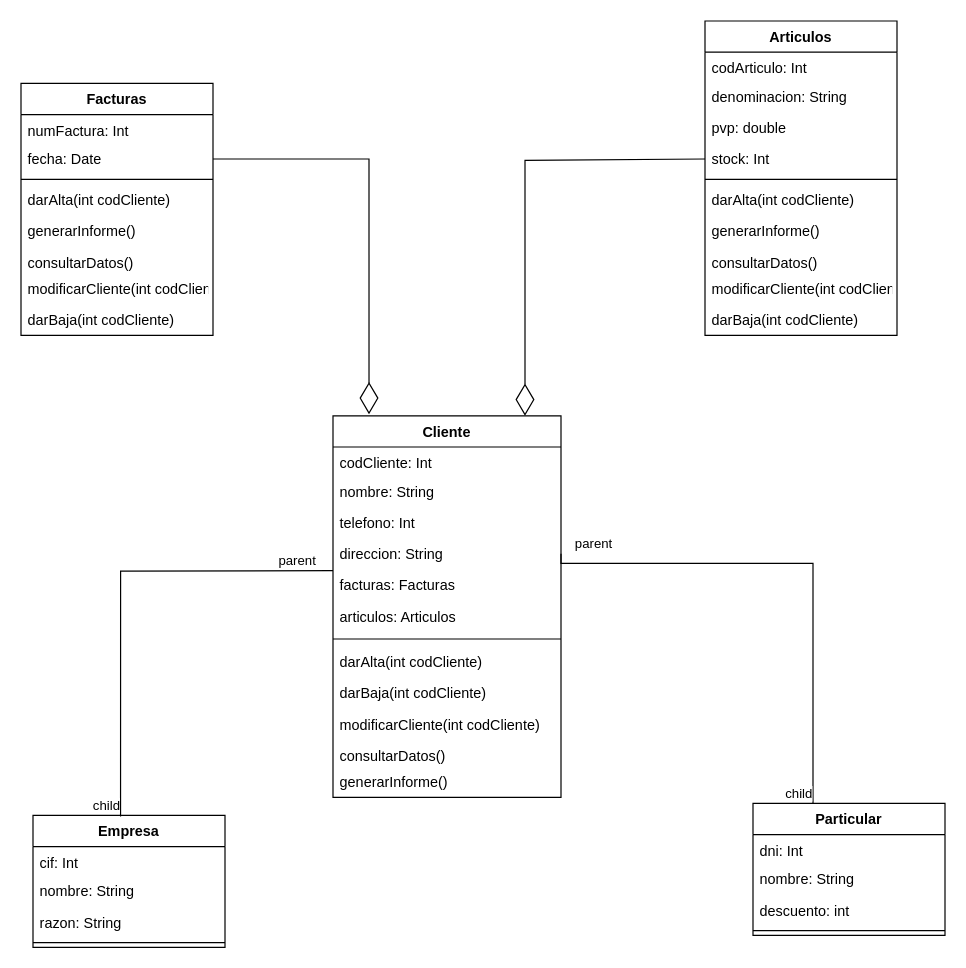
The draw.io diagram Grupo11_AD3/Gerard/Diagrama_Clases_requerimiento_1.drawio in Gerard-Perujo/Entornos_AD-3, before the edit. Source tidied: cells renumbered, new cells numbered last; positions are measured from the earlier drawing's top-left corner, leaving out a move shared by most shapes. Both pictures are drawn from the tidied source at 120%, with x=0, y=0 at pixel (20, 20).
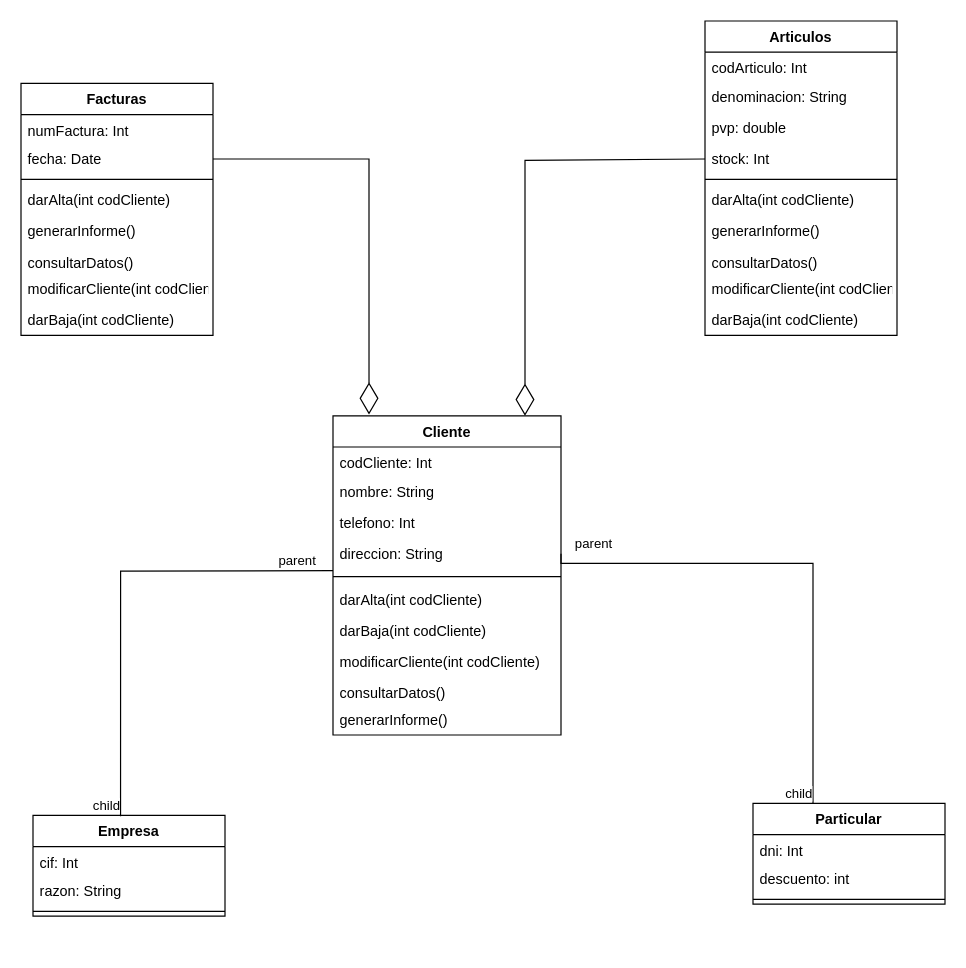
The same page after the edit.

Commit message (it also covers changes not shown here):
Cambios realizados en diagrama de clases

What changed in the source:
```diff
@@
     <mxCell id="22" value="Cliente" style="swimlane;fontStyle=1;align=center;verticalAlign=top;horizontal=1;startSize=26;" parent="1" vertex="1">
-      <mxGeometry x="260" y="329" width="190" height="318" as="geometry" />
+      <mxGeometry x="260" y="329" width="190" height="266" as="geometry" />
     </mxCell>
@@
-    <mxCell id="27" value="facturas: Facturas" style="text;strokeColor=none;fillColor=none;align=left;verticalAlign=top;spacingLeft=4;spacingRight=4;overflow=hidden;" parent="22" vertex="1">
-      <mxGeometry y="128" width="190" height="26" as="geometry" />
-    </mxCell>
-    <mxCell id="28" value="articulos: Articulos" style="text;strokeColor=none;fillColor=none;align=left;verticalAlign=top;spacingLeft=4;spacingRight=4;overflow=hidden;" parent="22" vertex="1">
-      <mxGeometry y="154" width="190" height="26" as="geometry" />
-    </mxCell>
     <mxCell id="29" style="line;strokeWidth=1;fillColor=none;align=left;verticalAlign=middle;spacingTop=-1;spacingLeft=3;spacingRight=3;labelPosition=right;strokeColor=inherit;" parent="22" vertex="1">
-      <mxGeometry y="180" width="190" height="12" as="geometry" />
+      <mxGeometry y="128" width="190" height="12" as="geometry" />
     </mxCell>
     <mxCell id="30" value="darAlta(int codCliente)" style="text;strokeColor=none;fillColor=none;align=left;verticalAlign=top;spacingLeft=4;spacingRight=4;overflow=hidden;" parent="22" vertex="1">
-      <mxGeometry y="192" width="190" height="26" as="geometry" />
+      <mxGeometry y="140" width="190" height="26" as="geometry" />
     </mxCell>
     <mxCell id="31" value="darBaja(int codCliente)" style="text;strokeColor=none;fillColor=none;align=left;verticalAlign=top;spacingLeft=4;spacingRight=4;overflow=hidden;" parent="22" vertex="1">
-      <mxGeometry y="218" width="190" height="26" as="geometry" />
+      <mxGeometry y="166" width="190" height="26" as="geometry" />
     </mxCell>
     <mxCell id="32" value="modificarCliente(int codCliente)" style="text;strokeColor=none;fillColor=none;align=left;verticalAlign=top;spacingLeft=4;spacingRight=4;overflow=hidden;" parent="22" vertex="1">
-      <mxGeometry y="244" width="190" height="26" as="geometry" />
+      <mxGeometry y="192" width="190" height="26" as="geometry" />
     </mxCell>
     <mxCell id="33" value="consultarDatos()" style="text;strokeColor=none;fillColor=none;align=left;verticalAlign=top;spacingLeft=4;spacingRight=4;overflow=hidden;" parent="22" vertex="1">
-      <mxGeometry y="270" width="190" height="22" as="geometry" />
+      <mxGeometry y="218" width="190" height="22" as="geometry" />
     </mxCell>
     <mxCell id="34" value="generarInforme()" style="text;strokeColor=none;fillColor=none;align=left;verticalAlign=top;spacingLeft=4;spacingRight=4;overflow=hidden;" parent="22" vertex="1">
-      <mxGeometry y="292" width="190" height="26" as="geometry" />
+      <mxGeometry y="240" width="190" height="26" as="geometry" />
     </mxCell>
     <mxCell id="35" value="Particular" style="swimlane;fontStyle=1;align=center;verticalAlign=top;horizontal=1;startSize=26;" parent="1" vertex="1">
-      <mxGeometry x="610" y="652" width="160" height="110" as="geometry" />
+      <mxGeometry x="610" y="652" width="160" height="84" as="geometry" />
     </mxCell>
@@
-    <mxCell id="37" value="nombre: String" style="text;strokeColor=none;fillColor=none;align=left;verticalAlign=top;spacingLeft=4;spacingRight=4;overflow=hidden;" parent="35" vertex="1">
-      <mxGeometry y="50" width="160" height="26" as="geometry" />
-    </mxCell>
     <mxCell id="38" value="descuento: int" style="text;strokeColor=none;fillColor=none;align=left;verticalAlign=top;spacingLeft=4;spacingRight=4;overflow=hidden;" parent="35" vertex="1">
-      <mxGeometry y="76" width="160" height="26" as="geometry" />
+      <mxGeometry y="50" width="160" height="26" as="geometry" />
     </mxCell>
     <mxCell id="39" style="line;strokeWidth=1;fillColor=none;align=left;verticalAlign=middle;spacingTop=-1;spacingLeft=3;spacingRight=3;labelPosition=right;strokeColor=inherit;" parent="35" vertex="1">
-      <mxGeometry y="102" width="160" height="8" as="geometry" />
+      <mxGeometry y="76" width="160" height="8" as="geometry" />
     </mxCell>
     <mxCell id="40" value="Empresa" style="swimlane;fontStyle=1;align=center;verticalAlign=top;horizontal=1;startSize=26;" parent="1" vertex="1">
-      <mxGeometry x="10" y="662" width="160" height="110" as="geometry" />
+      <mxGeometry x="10" y="662" width="160" height="84" as="geometry" />
     </mxCell>
@@
-    <mxCell id="42" value="nombre: String" style="text;strokeColor=none;fillColor=none;align=left;verticalAlign=top;spacingLeft=4;spacingRight=4;overflow=hidden;" parent="40" vertex="1">
-      <mxGeometry y="50" width="160" height="26" as="geometry" />
-    </mxCell>
     <mxCell id="43" value="razon: String" style="text;strokeColor=none;fillColor=none;align=left;verticalAlign=top;spacingLeft=4;spacingRight=4;overflow=hidden;" parent="40" vertex="1">
-      <mxGeometry y="76" width="160" height="26" as="geometry" />
+      <mxGeometry y="50" width="160" height="26" as="geometry" />
     </mxCell>
     <mxCell id="44" style="line;strokeWidth=1;fillColor=none;align=left;verticalAlign=middle;spacingTop=-1;spacingLeft=3;spacingRight=3;labelPosition=right;strokeColor=inherit;" parent="40" vertex="1">
-      <mxGeometry y="102" width="160" height="8" as="geometry" />
+      <mxGeometry y="76" width="160" height="8" as="geometry" />
     </mxCell>
```
